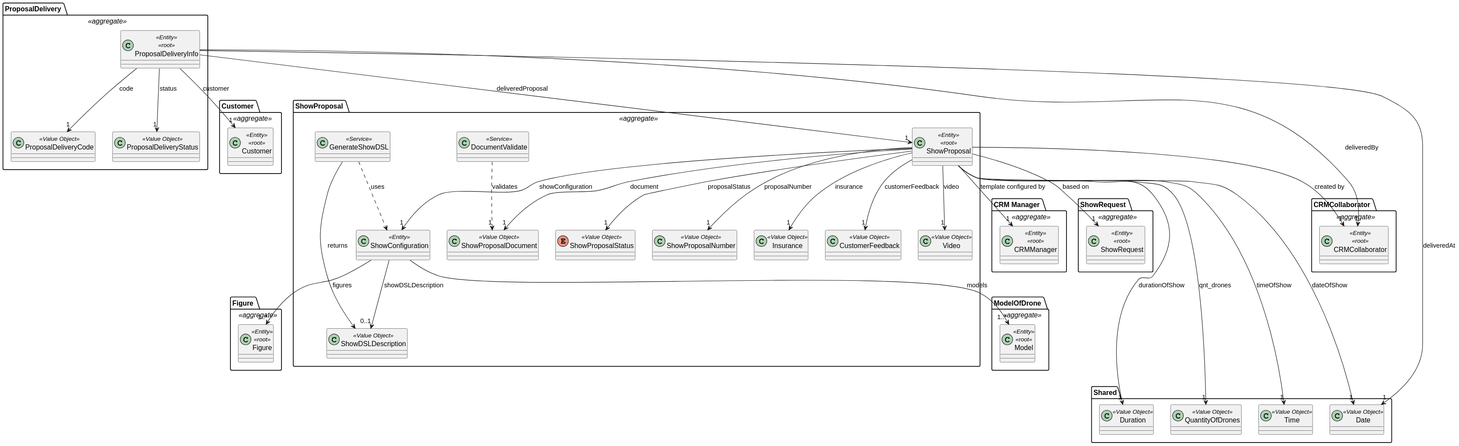
Earlier version of the PlantUML export docs/global_artifacts/analysis/images/domain_model_show_proposal.svg (diogoveirospro/sem4pi-2024-2025-sem4pi_2024_2025_g44).
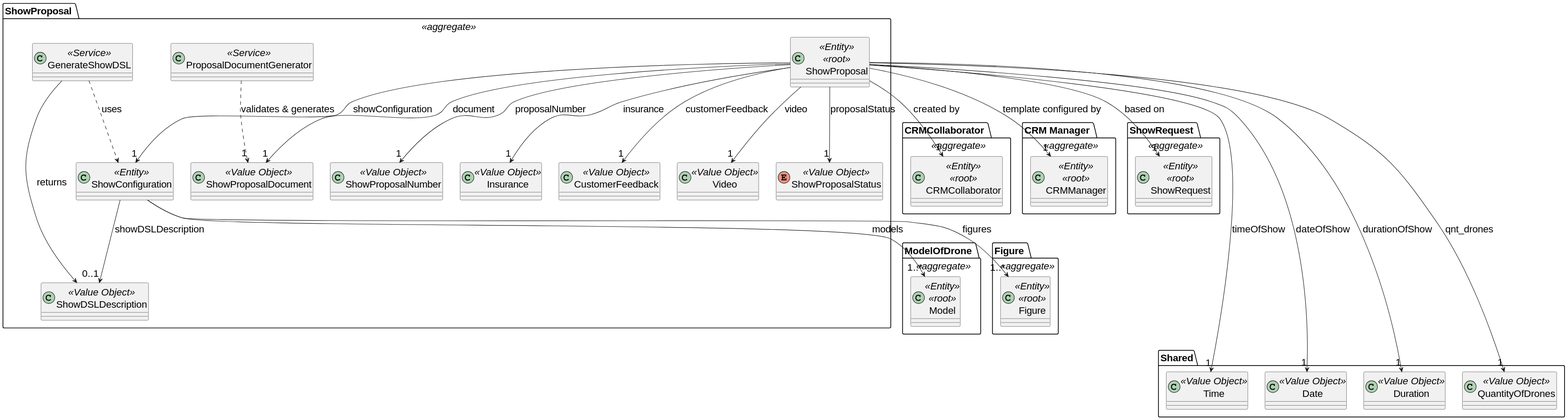
Above is the later version.

Change to the diagram source:
```diff
@@ -1,9 +1,5 @@
 @startuml
-package "Customer " <<aggregate>> {
-
-    class Customer <<Entity>> <<root>>{
-    }
-}
+skinparamlocked defaultFontSize 20
 
 package "CRMCollaborator " <<aggregate>> {
 
@@ -63,7 +59,7 @@
     class Video <<Value Object>>{
     }
 
-    class DocumentValidate <<Service>> {
+    class ProposalDocumentGenerator <<Service>> {
     }
 
     class ShowDSLDescription <<Value Object>> {
@@ -86,29 +82,11 @@
     GenerateShowDSL ..> ShowConfiguration: uses
     GenerateShowDSL --> ShowDSLDescription: returns
 
-    DocumentValidate ..> "1" ShowProposalDocument: validates
+    ProposalDocumentGenerator ..> "1" ShowProposalDocument: validates & generates
 
     ShowConfiguration --> "1..*" Model: models
     ShowConfiguration --> "1..*" Figure: figures
     ShowConfiguration --> "0..1" ShowDSLDescription: showDSLDescription
-}
-
-package "ProposalDelivery " <<aggregate>> {
-
-    class ProposalDeliveryInfo <<Entity>> <<root>> {
-    }
-
-    class ProposalDeliveryCode <<Value Object>> {
-    }
-
-    class ProposalDeliveryStatus <<Value Object>> {
-    }
-
-    ProposalDeliveryInfo --> "1" ShowProposal: deliveredProposal
-    ProposalDeliveryInfo --> "1" Customer: customer
-    ProposalDeliveryInfo --> "1" ProposalDeliveryCode: code
-    ProposalDeliveryInfo --> "1" ProposalDeliveryStatus: status
-    ProposalDeliveryInfo --> "1" CRMCollaborator: deliveredBy
 }
 
 package Shared {
@@ -129,7 +107,5 @@
     ShowProposal ----> "1" Time: timeOfShow
     ShowProposal ----> "1" Date: dateOfShow
     ShowProposal ----> "1" Duration: durationOfShow
-
-    ProposalDeliveryInfo --> "1" Date: deliveredAt
 }
 @enduml
```
